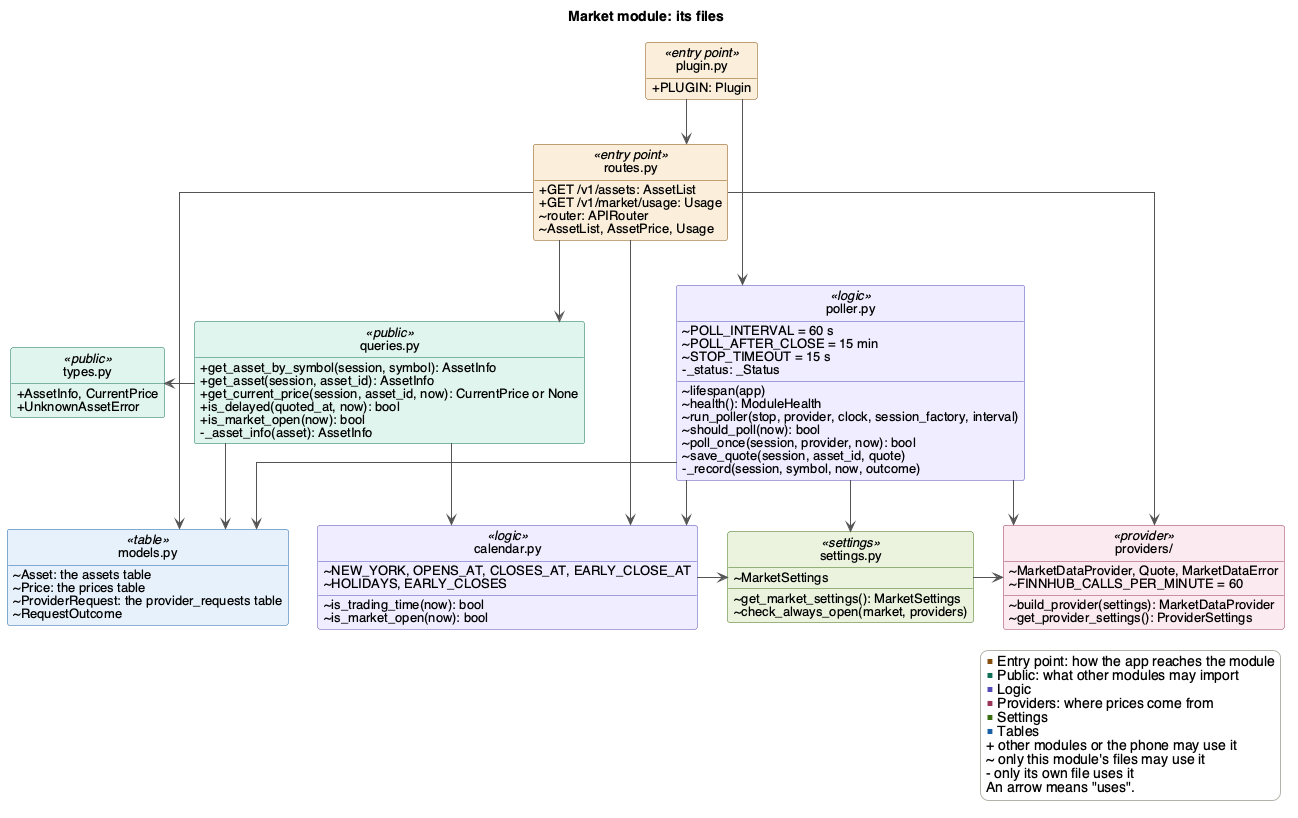
This is docs/Design/SoftArchitecture/figures/market.png from davislenover/BurnNEarn, a PlantUML export, as it was before one commit.
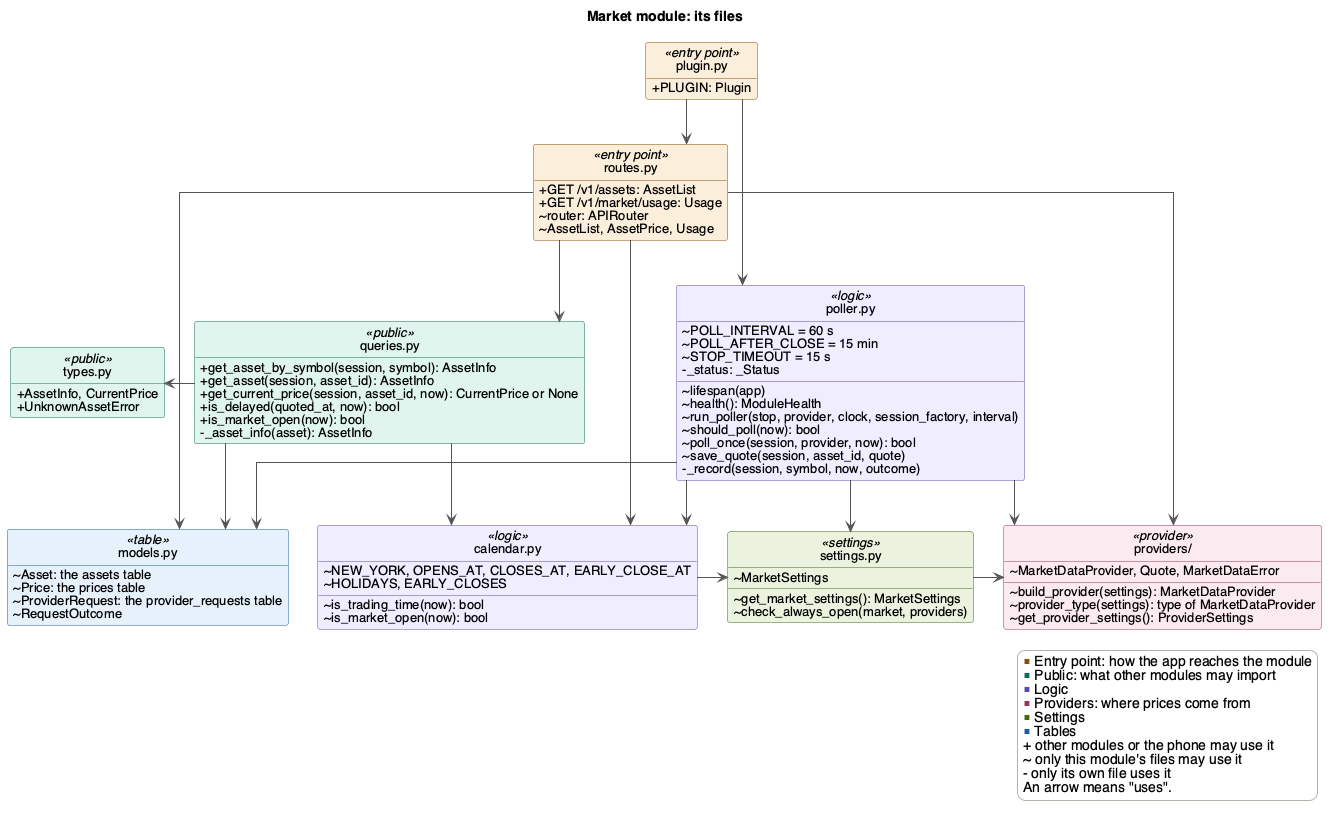
After the change.

The edit, as a diff of the source:
```diff
@@ -51,9 +51,9 @@
 }
 class "providers/" as providers <<provider>> {
   ~ build_provider(settings): MarketDataProvider
+  ~ provider_type(settings): type of MarketDataProvider
   ~ MarketDataProvider, Quote, MarketDataError
   ~ get_provider_settings(): ProviderSettings
-  ~ FINNHUB_CALLS_PER_MINUTE = 60
 }
 class "models.py" as models <<table>> {
   ~ Asset: the assets table
```
